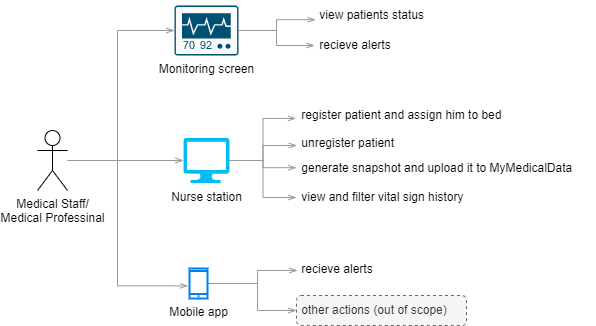
Before: images/actor-medicals.drawio.png, a diagram exported from draw.io (formalizator/Ctrl-Arch-Elite). Source tidied: cells renumbered, new cells last; positions are measured from the earlier drawing's top-left corner, leaving out a move shared by most shapes. Its diagram source:
```xml
<mxGraphModel>
  <root>
    <mxCell id="0" />
    <mxCell id="1" parent="0" />
    <mxCell id="2" value="Medical Staff/&lt;br&gt;Medical Professinal" style="shape=umlActor;verticalLabelPosition=bottom;verticalAlign=top;html=1;outlineConnect=0;" parent="1" vertex="1">
      <mxGeometry y="130" width="30" height="60" as="geometry" />
    </mxCell>
    <mxCell id="3" value="&amp;nbsp;register patient and assign him to bed" style="text;html=1;align=left;verticalAlign=middle;points=[];strokeColor=none;fillColor=none;" parent="1" vertex="1">
      <mxGeometry x="259" y="100" width="230" height="30" as="geometry" />
    </mxCell>
    <mxCell id="4" value="&amp;nbsp;generate snapshot and upload it to MyMedicalData" style="text;html=1;align=left;verticalAlign=middle;points=[];strokeColor=none;fillColor=none;" parent="1" vertex="1">
      <mxGeometry x="259" y="152.5" width="300" height="30" as="geometry" />
    </mxCell>
    <mxCell id="5" value="&amp;nbsp;view and filter vital sign history" style="text;html=1;align=left;verticalAlign=middle;points=[];strokeColor=none;fillColor=none;" parent="1" vertex="1">
      <mxGeometry x="259" y="182" width="190" height="30" as="geometry" />
    </mxCell>
    <mxCell id="6" value="&amp;nbsp;recieve alerts" style="text;html=1;align=left;verticalAlign=middle;points=[];strokeColor=none;fillColor=none;" parent="1" vertex="1">
      <mxGeometry x="259" y="254" width="100" height="30" as="geometry" />
    </mxCell>
    <mxCell id="7" value="&amp;nbsp;other actions (out of scope)" style="text;html=1;align=left;verticalAlign=middle;points=[];strokeColor=#666666;fillColor=#f5f5f5;fontColor=#333333;rounded=1;dashed=1;" parent="1" vertex="1">
      <mxGeometry x="259" y="295" width="170" height="30" as="geometry" />
    </mxCell>
    <mxCell id="8" style="edgeStyle=orthogonalEdgeStyle;rounded=0;jettySize=auto;html=1;strokeColor=#999999;endArrow=openThin;endFill=0;entryX=0.01;entryY=0.533;entryDx=0;entryDy=0;entryPerimeter=0;" parent="1" edge="1" source="10" target="6">
      <mxGeometry relative="1" as="geometry">
        <Array as="points">
          <mxPoint x="220" y="283" />
          <mxPoint x="220" y="270" />
        </Array>
      </mxGeometry>
    </mxCell>
    <mxCell id="9" style="edgeStyle=orthogonalEdgeStyle;rounded=0;jettySize=auto;html=1;strokeColor=#999999;endArrow=openThin;endFill=0;" parent="1" edge="1" source="10" target="7">
      <mxGeometry relative="1" as="geometry">
        <Array as="points">
          <mxPoint x="220" y="283" />
          <mxPoint x="220" y="310" />
        </Array>
      </mxGeometry>
    </mxCell>
    <mxCell id="10" value="Mobile app" style="html=1;verticalLabelPosition=bottom;align=center;labelBackgroundColor=#ffffff;verticalAlign=top;strokeWidth=2;strokeColor=#0080F0;shadow=0;dashed=0;shape=mxgraph.ios7.icons.smartphone;" parent="1" vertex="1">
      <mxGeometry x="152" y="268" width="18" height="30" as="geometry" />
    </mxCell>
    <mxCell id="11" style="edgeStyle=orthogonalEdgeStyle;rounded=0;jettySize=auto;html=1;strokeColor=#999999;endArrow=openThin;endFill=0;exitX=1;exitY=0.5;exitDx=0;exitDy=0;exitPerimeter=0;entryX=0;entryY=0.489;entryDx=0;entryDy=0;entryPerimeter=0;" parent="1" edge="1" source="13" target="4">
      <mxGeometry relative="1" as="geometry" />
    </mxCell>
    <mxCell id="12" style="edgeStyle=orthogonalEdgeStyle;rounded=0;jettySize=auto;html=1;strokeColor=#999999;endArrow=openThin;endFill=0;" parent="1" edge="1" source="13" target="5">
      <mxGeometry relative="1" as="geometry" />
    </mxCell>
    <mxCell id="13" value="&lt;font style=&quot;font-size: 12px;&quot;&gt;Nurse station&lt;/font&gt;" style="verticalLabelPosition=bottom;html=1;verticalAlign=top;align=center;strokeColor=none;fillColor=#00BEF2;shape=mxgraph.azure.computer;" parent="1" vertex="1">
      <mxGeometry x="146" y="137.5" width="46" height="45" as="geometry" />
    </mxCell>
    <mxCell id="14" style="edgeStyle=orthogonalEdgeStyle;rounded=0;jettySize=auto;html=1;entryX=-0.078;entryY=0.579;entryDx=0;entryDy=0;entryPerimeter=0;strokeColor=#999999;endArrow=openThin;endFill=0;" parent="1" edge="1" source="2" target="10">
      <mxGeometry relative="1" as="geometry">
        <Array as="points">
          <mxPoint x="80" y="160" />
          <mxPoint x="80" y="285" />
        </Array>
      </mxGeometry>
    </mxCell>
    <mxCell id="15" style="edgeStyle=orthogonalEdgeStyle;rounded=0;jettySize=auto;html=1;entryX=0;entryY=0.5;entryDx=0;entryDy=0;entryPerimeter=0;strokeColor=#999999;endArrow=openThin;endFill=0;" parent="1" edge="1" source="2" target="13">
      <mxGeometry relative="1" as="geometry">
        <Array as="points">
          <mxPoint x="144" y="160" />
        </Array>
      </mxGeometry>
    </mxCell>
    <mxCell id="16" style="edgeStyle=orthogonalEdgeStyle;rounded=0;jettySize=auto;html=1;exitX=1;exitY=0.5;exitDx=0;exitDy=0;exitPerimeter=0;entryX=-0.002;entryY=0.597;entryDx=0;entryDy=0;entryPerimeter=0;strokeColor=#999999;endArrow=openThin;endFill=0;" parent="1" edge="1" source="13" target="3">
      <mxGeometry relative="1" as="geometry" />
    </mxCell>
    <mxCell id="17" value="&amp;nbsp;unregister patient" style="text;html=1;align=left;verticalAlign=middle;points=[];strokeColor=none;fillColor=none;" parent="1" vertex="1">
      <mxGeometry x="259" y="127.5" width="120" height="30" as="geometry" />
    </mxCell>
    <mxCell id="18" style="edgeStyle=orthogonalEdgeStyle;rounded=0;jettySize=auto;html=1;exitX=1;exitY=0.5;exitDx=0;exitDy=0;exitPerimeter=0;entryX=0.003;entryY=0.583;entryDx=0;entryDy=0;entryPerimeter=0;strokeColor=#999999;endArrow=openThin;endFill=0;" parent="1" edge="1" source="13" target="17">
      <mxGeometry relative="1" as="geometry" />
    </mxCell>
    <mxCell id="19" value="&amp;nbsp;view patients status&amp;nbsp;" style="text;html=1;align=left;verticalAlign=middle;points=[];strokeColor=none;fillColor=none;" parent="1" vertex="1">
      <mxGeometry x="277" width="130" height="30" as="geometry" />
    </mxCell>
    <mxCell id="20" value="&amp;nbsp;recieve&amp;nbsp;alerts&amp;nbsp;" style="text;html=1;align=left;verticalAlign=middle;points=[];strokeColor=none;fillColor=none;" parent="1" vertex="1">
      <mxGeometry x="277" y="30" width="100" height="30" as="geometry" />
    </mxCell>
    <mxCell id="21" style="edgeStyle=orthogonalEdgeStyle;rounded=0;jettySize=auto;html=1;exitX=1;exitY=0.5;exitDx=0;exitDy=0;exitPerimeter=0;strokeColor=#999999;endArrow=openThin;endFill=0;" parent="1" edge="1" source="22" target="20">
      <mxGeometry relative="1" as="geometry" />
    </mxCell>
    <mxCell id="22" value="Monitoring screen" style="sketch=0;points=[[0.015,0.015,0],[0.985,0.015,0],[0.985,0.985,0],[0.015,0.985,0],[0.25,0,0],[0.5,0,0],[0.75,0,0],[1,0.25,0],[1,0.5,0],[1,0.75,0],[0.75,1,0],[0.5,1,0],[0.25,1,0],[0,0.75,0],[0,0.5,0],[0,0.25,0]];verticalLabelPosition=bottom;html=1;verticalAlign=top;align=center;shape=mxgraph.cisco19.rect;prIcon=monitor;fillColor=#FAFAFA;strokeColor=#005073;" parent="1" vertex="1">
      <mxGeometry x="137" y="5" width="64" height="50" as="geometry" />
    </mxCell>
    <mxCell id="23" style="edgeStyle=orthogonalEdgeStyle;rounded=0;jettySize=auto;html=1;exitX=1;exitY=0.5;exitDx=0;exitDy=0;exitPerimeter=0;entryX=0.009;entryY=0.64;entryDx=0;entryDy=0;entryPerimeter=0;strokeColor=#999999;endArrow=openThin;endFill=0;" parent="1" edge="1" source="22" target="19">
      <mxGeometry relative="1" as="geometry" />
    </mxCell>
    <mxCell id="24" style="edgeStyle=orthogonalEdgeStyle;rounded=0;jettySize=auto;html=1;entryX=0;entryY=0.5;entryDx=0;entryDy=0;entryPerimeter=0;strokeColor=#999999;endArrow=openThin;endFill=0;" parent="1" edge="1" target="22">
      <mxGeometry relative="1" as="geometry">
        <mxPoint x="40" y="160" as="sourcePoint" />
        <Array as="points">
          <mxPoint x="80" y="160" />
          <mxPoint x="80" y="30" />
        </Array>
      </mxGeometry>
    </mxCell>
  </root>
</mxGraphModel>
```
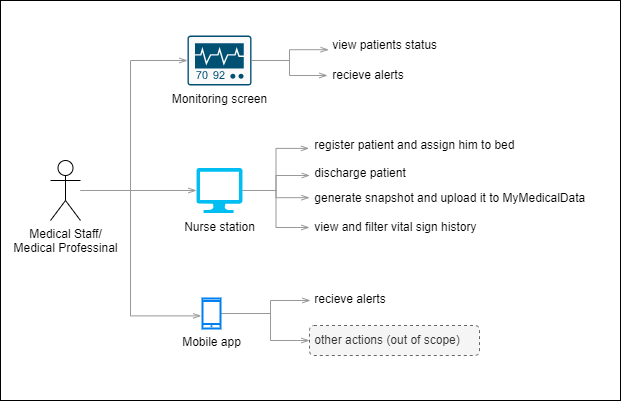
The same file after the commit.

Change to the diagram source:
```diff
@@ -2,6 +2,9 @@
   <root>
     <mxCell id="0" />
     <mxCell id="1" parent="0" />
+    <mxCell id="25" style="rounded=0;whiteSpace=wrap;html=1;" parent="1" vertex="1">
+      <mxGeometry x="-50" y="-30" width="620" height="400" as="geometry" />
+    </mxCell>
     <mxCell id="2" value="Medical Staff/&lt;br&gt;Medical Professinal" style="shape=umlActor;verticalLabelPosition=bottom;verticalAlign=top;html=1;outlineConnect=0;" parent="1" vertex="1">
       <mxGeometry y="130" width="30" height="60" as="geometry" />
     </mxCell>
@@ -66,7 +69,7 @@
     <mxCell id="16" style="edgeStyle=orthogonalEdgeStyle;rounded=0;jettySize=auto;html=1;exitX=1;exitY=0.5;exitDx=0;exitDy=0;exitPerimeter=0;entryX=-0.002;entryY=0.597;entryDx=0;entryDy=0;entryPerimeter=0;strokeColor=#999999;endArrow=openThin;endFill=0;" parent="1" edge="1" source="13" target="3">
       <mxGeometry relative="1" as="geometry" />
     </mxCell>
-    <mxCell id="17" value="&amp;nbsp;unregister patient" style="text;html=1;align=left;verticalAlign=middle;points=[];strokeColor=none;fillColor=none;" parent="1" vertex="1">
+    <mxCell id="17" value="&amp;nbsp;discharge patient" style="text;html=1;align=left;verticalAlign=middle;points=[];strokeColor=none;fillColor=none;" parent="1" vertex="1">
       <mxGeometry x="259" y="127.5" width="120" height="30" as="geometry" />
     </mxCell>
     <mxCell id="18" style="edgeStyle=orthogonalEdgeStyle;rounded=0;jettySize=auto;html=1;exitX=1;exitY=0.5;exitDx=0;exitDy=0;exitPerimeter=0;entryX=0.003;entryY=0.583;entryDx=0;entryDy=0;entryPerimeter=0;strokeColor=#999999;endArrow=openThin;endFill=0;" parent="1" edge="1" source="13" target="17">
```
